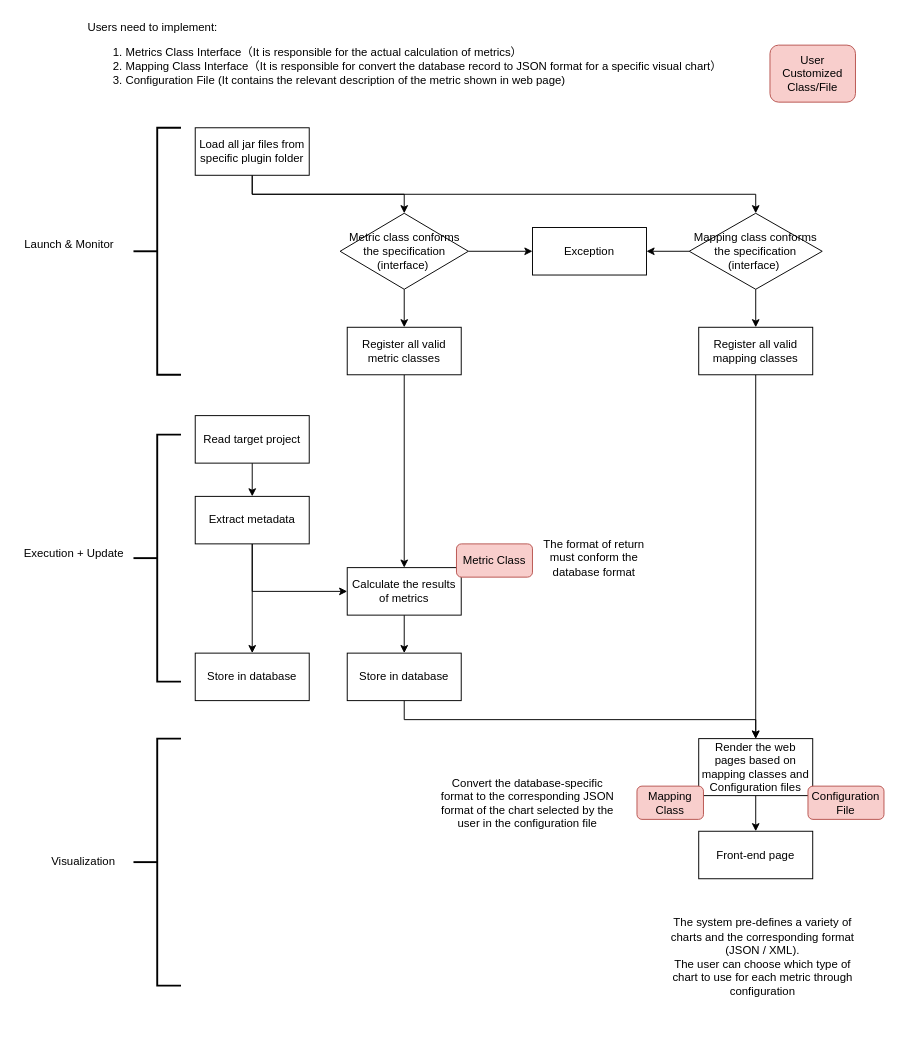
This is page "Draft" (1 of 2) of doc/design/Flowchart.drawio from liaoooyx/t4m, a draw.io file, before an edit. Source tidied: cells renumbered, new cells numbered last; positions are measured from the earlier drawing's top-left corner, leaving out a move shared by most shapes. Both pictures are drawn from the tidied source at 95%, with x=0, y=0 at pixel (16, 16).
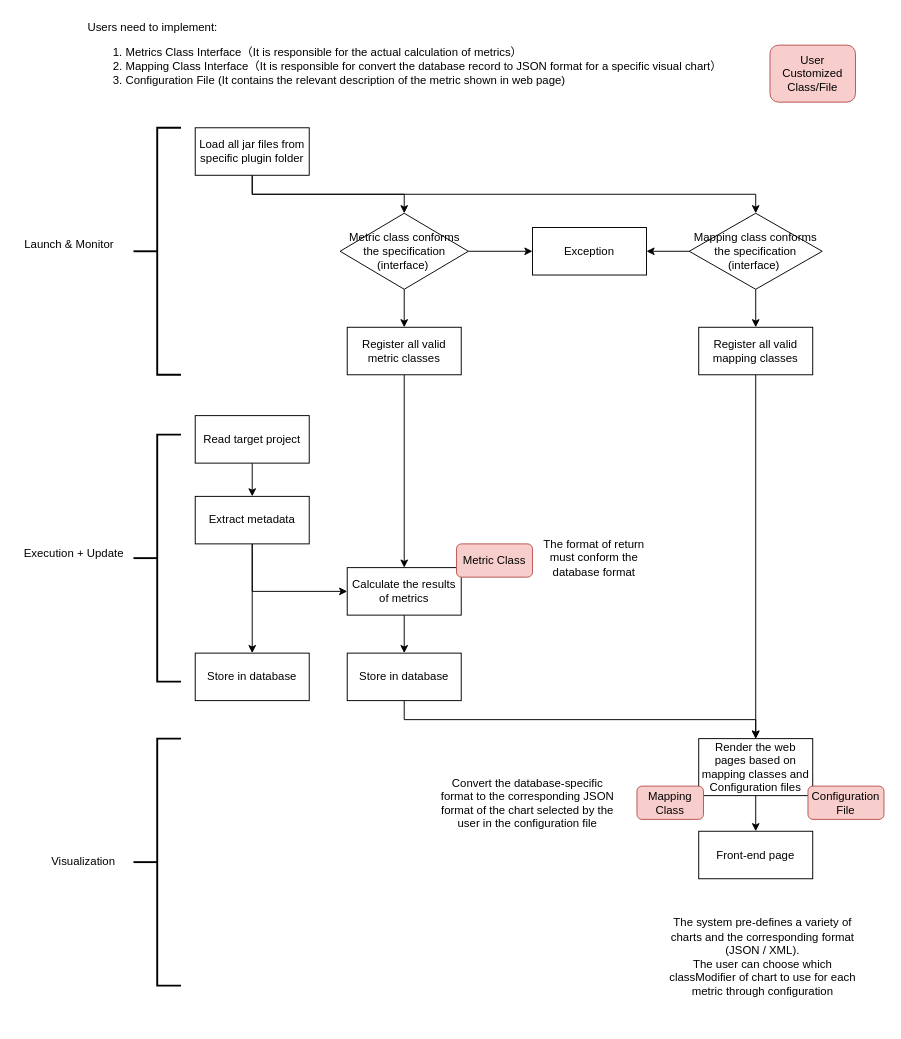
Above is the later version.

The edit, as a diff of the source:
```diff
@@
-    <mxCell id="35" value="The system pre-defines a variety of charts and the corresponding format (JSON / XML).&lt;br&gt;The user can choose which type of chart to use for each metric through configuration" style="text;html=1;strokeColor=none;fillColor=none;align=center;verticalAlign=middle;whiteSpace=wrap;rounded=0;" parent="1" vertex="1">
+    <mxCell id="35" value="The system pre-defines a variety of charts and the corresponding format (JSON / XML).&lt;br&gt;The user can choose which classModifier of chart to use for each metric through configuration" style="text;html=1;strokeColor=none;fillColor=none;align=center;verticalAlign=middle;whiteSpace=wrap;rounded=0;" parent="1" vertex="1">
       <mxGeometry x="678" y="920" width="215" height="140" as="geometry" />
     </mxCell>
```
